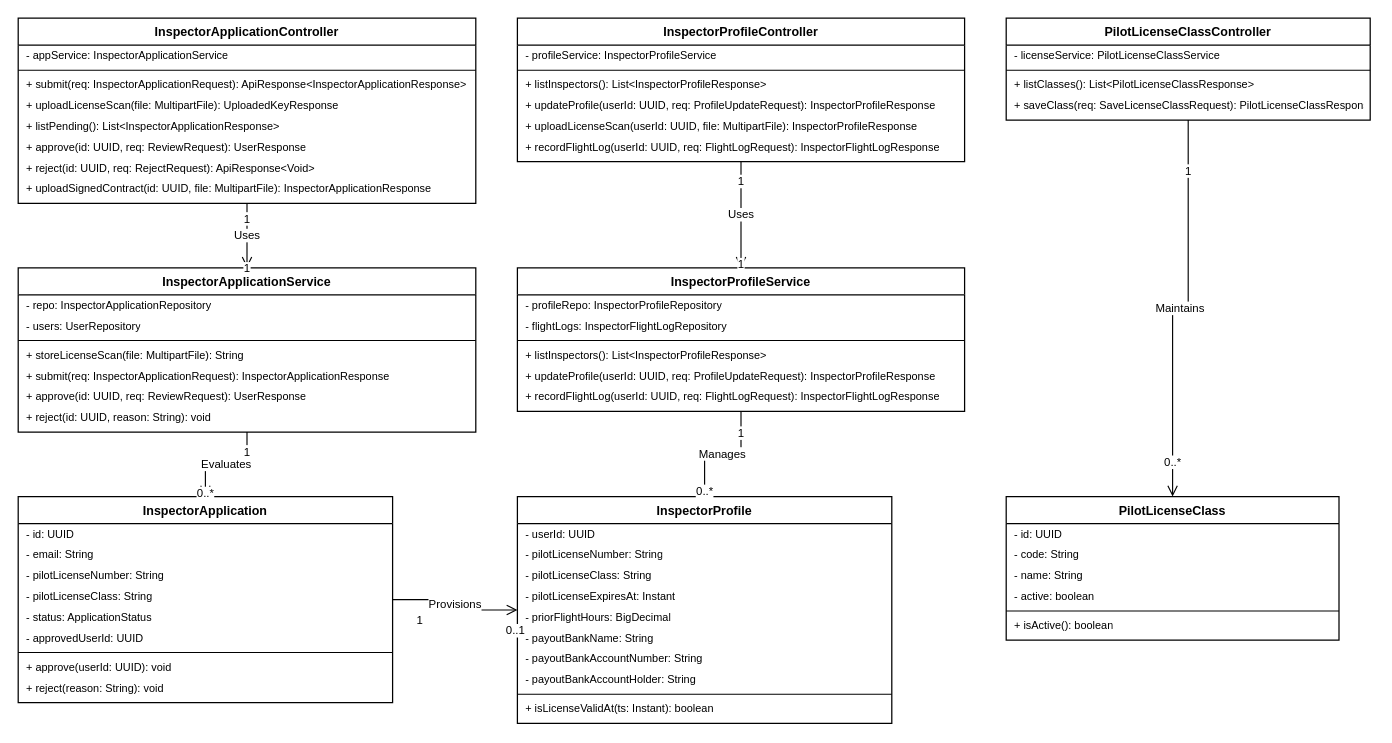
Before: page "FE-02 - Partner Inspector Onboarding" (2 of 19) of diagrams/smartdrone-class-diagrams.drawio in tungbach12/SmartDroneInspection-Docs, a draw.io diagram. Source tidied: cells renumbered, new cells numbered last; positions are measured from the earlier drawing's top-left corner, leaving out a move shared by most shapes. Both pictures are drawn from the tidied source at 104%, with x=0, y=0 at pixel (18, 18).
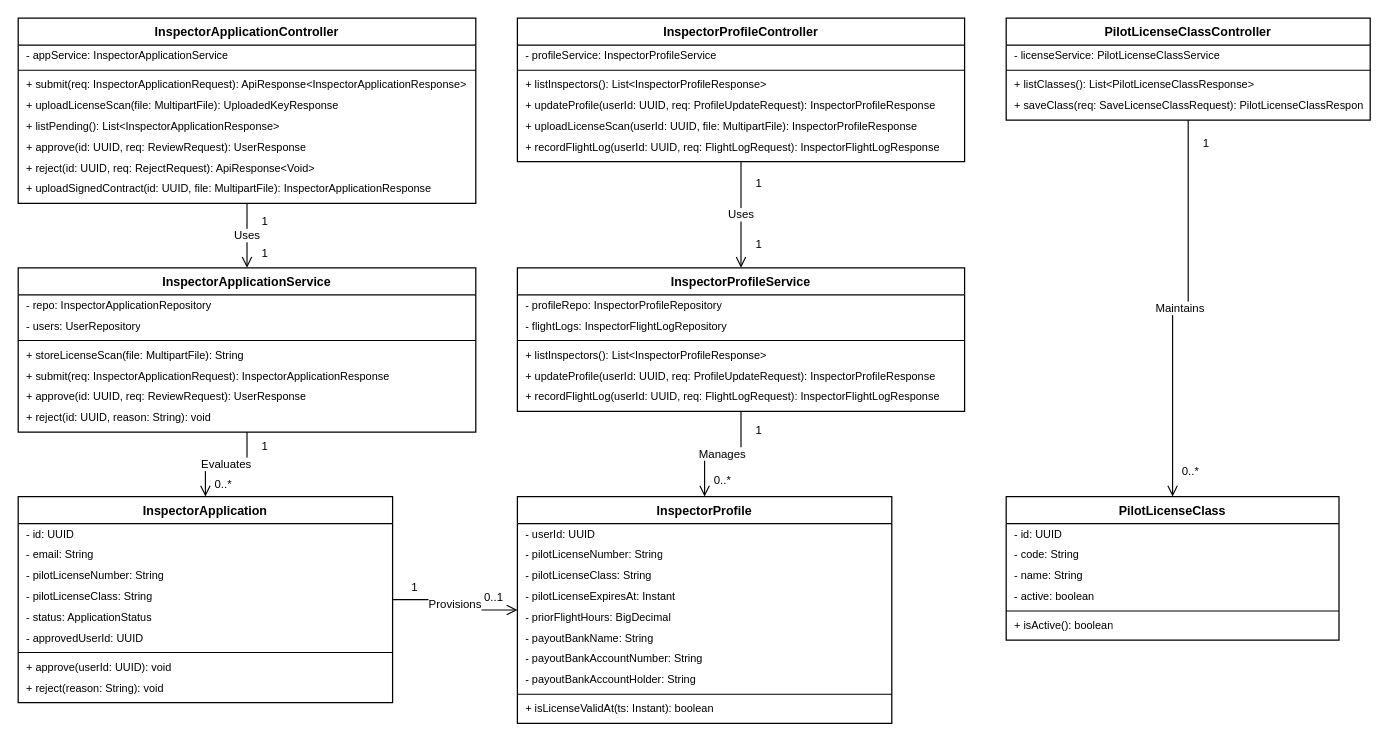
The same page after the edit.

Unchanged cells that the change refers to:
```xml
<mxCell id="66" value="Uses" style="edgeStyle=orthogonalEdgeStyle;rounded=0;jettySize=auto;html=1;strokeColor=#000000;strokeWidth=1.1;endArrow=open;endFill=0;endSize=8;fontColor=#000000;fontFamily=Helvetica;fontSize=11;labelBackgroundColor=#ffffff;exitX=0.5;exitY=1;exitDx=0;exitDy=0;entryX=0.5;entryY=0;entryDx=0;entryDy=0;" parent="1" edge="1" source="2" target="23">
  <mxGeometry relative="1" as="geometry" />
</mxCell>
<mxCell id="69" value="Uses" style="edgeStyle=orthogonalEdgeStyle;rounded=0;jettySize=auto;html=1;strokeColor=#000000;strokeWidth=1.1;endArrow=open;endFill=0;endSize=8;fontColor=#000000;fontFamily=Helvetica;fontSize=11;labelBackgroundColor=#ffffff;exitX=0.5;exitY=1;exitDx=0;exitDy=0;entryX=0.5;entryY=0;entryDx=0;entryDy=0;" parent="1" edge="1" source="11" target="31">
  <mxGeometry relative="1" as="geometry" />
</mxCell>
<mxCell id="72" value="Evaluates" style="edgeStyle=orthogonalEdgeStyle;rounded=0;jettySize=auto;html=1;strokeColor=#000000;strokeWidth=1.1;endArrow=open;endFill=0;endSize=8;fontColor=#000000;fontFamily=Helvetica;fontSize=11;labelBackgroundColor=#ffffff;exitX=0.5;exitY=1;exitDx=0;exitDy=0;entryX=0.5;entryY=0;entryDx=0;entryDy=0;" parent="1" edge="1" source="23" target="38">
  <mxGeometry relative="1" as="geometry" />
</mxCell>
<mxCell id="75" value="Manages" style="edgeStyle=orthogonalEdgeStyle;rounded=0;jettySize=auto;html=1;strokeColor=#000000;strokeWidth=1.1;endArrow=open;endFill=0;endSize=8;fontColor=#000000;fontFamily=Helvetica;fontSize=11;labelBackgroundColor=#ffffff;exitX=0.5;exitY=1;exitDx=0;exitDy=0;entryX=0.5;entryY=0;entryDx=0;entryDy=0;" parent="1" edge="1" source="31" target="48">
  <mxGeometry relative="1" as="geometry" />
</mxCell>
<mxCell id="78" value="Provisions" style="edgeStyle=orthogonalEdgeStyle;rounded=0;jettySize=auto;html=1;strokeColor=#000000;strokeWidth=1.1;endArrow=open;endFill=0;endSize=8;fontColor=#000000;fontFamily=Helvetica;fontSize=11;labelBackgroundColor=#ffffff;exitX=1;exitY=0.5;exitDx=0;exitDy=0;entryX=0;entryY=0.5;entryDx=0;entryDy=0;" parent="1" edge="1" source="38" target="48">
  <mxGeometry relative="1" as="geometry" />
</mxCell>
<mxCell id="81" value="Maintains" style="edgeStyle=orthogonalEdgeStyle;rounded=0;jettySize=auto;html=1;strokeColor=#000000;strokeWidth=1.1;endArrow=open;endFill=0;endSize=8;fontColor=#000000;fontFamily=Helvetica;fontSize=11;labelBackgroundColor=#ffffff;exitX=0.5;exitY=1;exitDx=0;exitDy=0;entryX=0.5;entryY=0;entryDx=0;entryDy=0;" parent="1" edge="1" source="18" target="59">
  <mxGeometry relative="1" as="geometry" />
</mxCell>
```

What changed in the source:
```diff
@@
-    <mxCell id="67" value="1" style="edgeLabel;html=1;align=center;verticalAlign=middle;fontSize=11;fontColor=#000000;fontFamily=Helvetica;labelBackgroundColor=#ffffff;" parent="66" vertex="1">
-      <mxGeometry x="-0.78" y="-12" width="24" height="16" relative="1" as="geometry" />
+    <mxCell id="67" value="1" style="edgeLabel;html=1;align=center;verticalAlign=middle;fontSize=11;fontColor=#000000;fontFamily=Helvetica;labelBackgroundColor=none;" parent="66" vertex="1">
+      <mxGeometry x="-0.5" relative="1" as="geometry">
+        <mxPoint x="16" as="offset" />
+      </mxGeometry>
     </mxCell>
-    <mxCell id="68" value="1" style="edgeLabel;html=1;align=center;verticalAlign=middle;fontSize=11;fontColor=#000000;fontFamily=Helvetica;labelBackgroundColor=#ffffff;" parent="66" vertex="1">
-      <mxGeometry x="0.78" y="-12" width="24" height="16" relative="1" as="geometry" />
+    <mxCell id="68" value="1" style="edgeLabel;html=1;align=center;verticalAlign=middle;fontSize=11;fontColor=#000000;fontFamily=Helvetica;labelBackgroundColor=none;" parent="66" vertex="1">
+      <mxGeometry x="0.5" relative="1" as="geometry">
+        <mxPoint x="16" as="offset" />
+      </mxGeometry>
     </mxCell>
@@
-    <mxCell id="70" value="1" style="edgeLabel;html=1;align=center;verticalAlign=middle;fontSize=11;fontColor=#000000;fontFamily=Helvetica;labelBackgroundColor=#ffffff;" parent="69" vertex="1">
-      <mxGeometry x="-0.78" y="-12" width="24" height="16" relative="1" as="geometry" />
+    <mxCell id="70" value="1" style="edgeLabel;html=1;align=center;verticalAlign=middle;fontSize=11;fontColor=#000000;fontFamily=Helvetica;labelBackgroundColor=none;" parent="69" vertex="1">
+      <mxGeometry x="-0.61" relative="1" as="geometry">
+        <mxPoint x="16" as="offset" />
+      </mxGeometry>
     </mxCell>
-    <mxCell id="71" value="1" style="edgeLabel;html=1;align=center;verticalAlign=middle;fontSize=11;fontColor=#000000;fontFamily=Helvetica;labelBackgroundColor=#ffffff;" parent="69" vertex="1">
-      <mxGeometry x="0.78" y="-12" width="24" height="16" relative="1" as="geometry" />
+    <mxCell id="71" value="1" style="edgeLabel;html=1;align=center;verticalAlign=middle;fontSize=11;fontColor=#000000;fontFamily=Helvetica;labelBackgroundColor=none;" parent="69" vertex="1">
+      <mxGeometry x="0.53" relative="1" as="geometry">
+        <mxPoint x="16" as="offset" />
+      </mxGeometry>
     </mxCell>
@@
-    <mxCell id="73" value="1" style="edgeLabel;html=1;align=center;verticalAlign=middle;fontSize=11;fontColor=#000000;fontFamily=Helvetica;labelBackgroundColor=#ffffff;" parent="72" vertex="1">
-      <mxGeometry x="-0.78" y="-12" width="24" height="16" relative="1" as="geometry" />
+    <mxCell id="73" value="1" style="edgeLabel;html=1;align=center;verticalAlign=middle;fontSize=11;fontColor=#000000;fontFamily=Helvetica;labelBackgroundColor=none;" parent="72" vertex="1">
+      <mxGeometry x="-0.74" relative="1" as="geometry">
+        <mxPoint x="16" as="offset" />
+      </mxGeometry>
     </mxCell>
-    <mxCell id="74" value="0..*" style="edgeLabel;html=1;align=center;verticalAlign=middle;fontSize=11;fontColor=#000000;fontFamily=Helvetica;labelBackgroundColor=#ffffff;" parent="72" vertex="1">
-      <mxGeometry x="0.78" y="-12" width="24" height="16" relative="1" as="geometry" />
+    <mxCell id="74" value="0..*" style="edgeLabel;html=1;align=center;verticalAlign=middle;fontSize=11;fontColor=#000000;fontFamily=Helvetica;labelBackgroundColor=none;" parent="72" vertex="1">
+      <mxGeometry x="0.74" relative="1" as="geometry">
+        <mxPoint x="16" as="offset" />
+      </mxGeometry>
     </mxCell>
@@
-    <mxCell id="76" value="1" style="edgeLabel;html=1;align=center;verticalAlign=middle;fontSize=11;fontColor=#000000;fontFamily=Helvetica;labelBackgroundColor=#ffffff;" parent="75" vertex="1">
-      <mxGeometry x="-0.78" y="-12" width="24" height="16" relative="1" as="geometry" />
+    <mxCell id="76" value="1" style="edgeLabel;html=1;align=center;verticalAlign=middle;fontSize=11;fontColor=#000000;fontFamily=Helvetica;labelBackgroundColor=none;" parent="75" vertex="1">
+      <mxGeometry x="-0.71" relative="1" as="geometry">
+        <mxPoint x="16" as="offset" />
+      </mxGeometry>
     </mxCell>
-    <mxCell id="77" value="0..*" style="edgeLabel;html=1;align=center;verticalAlign=middle;fontSize=11;fontColor=#000000;fontFamily=Helvetica;labelBackgroundColor=#ffffff;" parent="75" vertex="1">
-      <mxGeometry x="0.78" y="-12" width="24" height="16" relative="1" as="geometry" />
+    <mxCell id="77" value="0..*" style="edgeLabel;html=1;align=center;verticalAlign=middle;fontSize=11;fontColor=#000000;fontFamily=Helvetica;labelBackgroundColor=none;" parent="75" vertex="1">
+      <mxGeometry x="0.71" relative="1" as="geometry">
+        <mxPoint x="16" as="offset" />
+      </mxGeometry>
     </mxCell>
@@
-    <mxCell id="79" value="1" style="edgeLabel;html=1;align=center;verticalAlign=middle;fontSize=11;fontColor=#000000;fontFamily=Helvetica;labelBackgroundColor=#ffffff;" parent="78" vertex="1">
-      <mxGeometry x="-0.78" y="-12" width="24" height="16" relative="1" as="geometry" />
+    <mxCell id="79" value="1" style="edgeLabel;html=1;align=center;verticalAlign=middle;fontSize=11;fontColor=#000000;fontFamily=Helvetica;labelBackgroundColor=none;" parent="78" vertex="1">
+      <mxGeometry x="-0.69" relative="1" as="geometry">
+        <mxPoint y="-13" as="offset" />
+      </mxGeometry>
     </mxCell>
-    <mxCell id="80" value="0..1" style="edgeLabel;html=1;align=center;verticalAlign=middle;fontSize=11;fontColor=#000000;fontFamily=Helvetica;labelBackgroundColor=#ffffff;" parent="78" vertex="1">
-      <mxGeometry x="0.78" y="-12" width="24" height="16" relative="1" as="geometry" />
+    <mxCell id="80" value="0..1" style="edgeLabel;html=1;align=center;verticalAlign=middle;fontSize=11;fontColor=#000000;fontFamily=Helvetica;labelBackgroundColor=none;" parent="78" vertex="1">
+      <mxGeometry x="0.63" relative="1" as="geometry">
+        <mxPoint y="-13" as="offset" />
+      </mxGeometry>
     </mxCell>
@@
-    <mxCell id="82" value="1" style="edgeLabel;html=1;align=center;verticalAlign=middle;fontSize=11;fontColor=#000000;fontFamily=Helvetica;labelBackgroundColor=#ffffff;" parent="81" vertex="1">
-      <mxGeometry x="-0.78" y="-12" width="24" height="16" relative="1" as="geometry" />
+    <mxCell id="82" value="1" style="edgeLabel;html=1;align=center;verticalAlign=middle;fontSize=11;fontColor=#000000;fontFamily=Helvetica;labelBackgroundColor=none;" parent="81" vertex="1">
+      <mxGeometry x="-0.89" relative="1" as="geometry">
+        <mxPoint x="16" as="offset" />
+      </mxGeometry>
     </mxCell>
-    <mxCell id="83" value="0..*" style="edgeLabel;html=1;align=center;verticalAlign=middle;fontSize=11;fontColor=#000000;fontFamily=Helvetica;labelBackgroundColor=#ffffff;" parent="81" vertex="1">
-      <mxGeometry x="0.78" y="-12" width="24" height="16" relative="1" as="geometry" />
+    <mxCell id="83" value="0..*" style="edgeLabel;html=1;align=center;verticalAlign=middle;fontSize=11;fontColor=#000000;fontFamily=Helvetica;labelBackgroundColor=none;" parent="81" vertex="1">
+      <mxGeometry x="0.87" relative="1" as="geometry">
+        <mxPoint x="16" as="offset" />
+      </mxGeometry>
     </mxCell>
```
